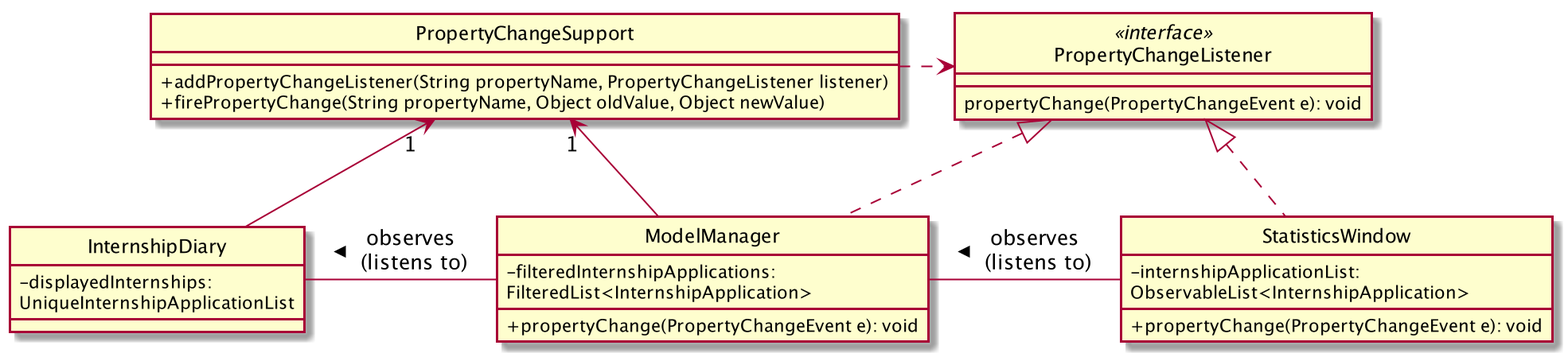
The PlantUML diagram images/InternshipDiaryAndModelManagerPropertyChangeClassDiagram.png in AY1920S2-CS2103T-F10-2/main, before a commit.
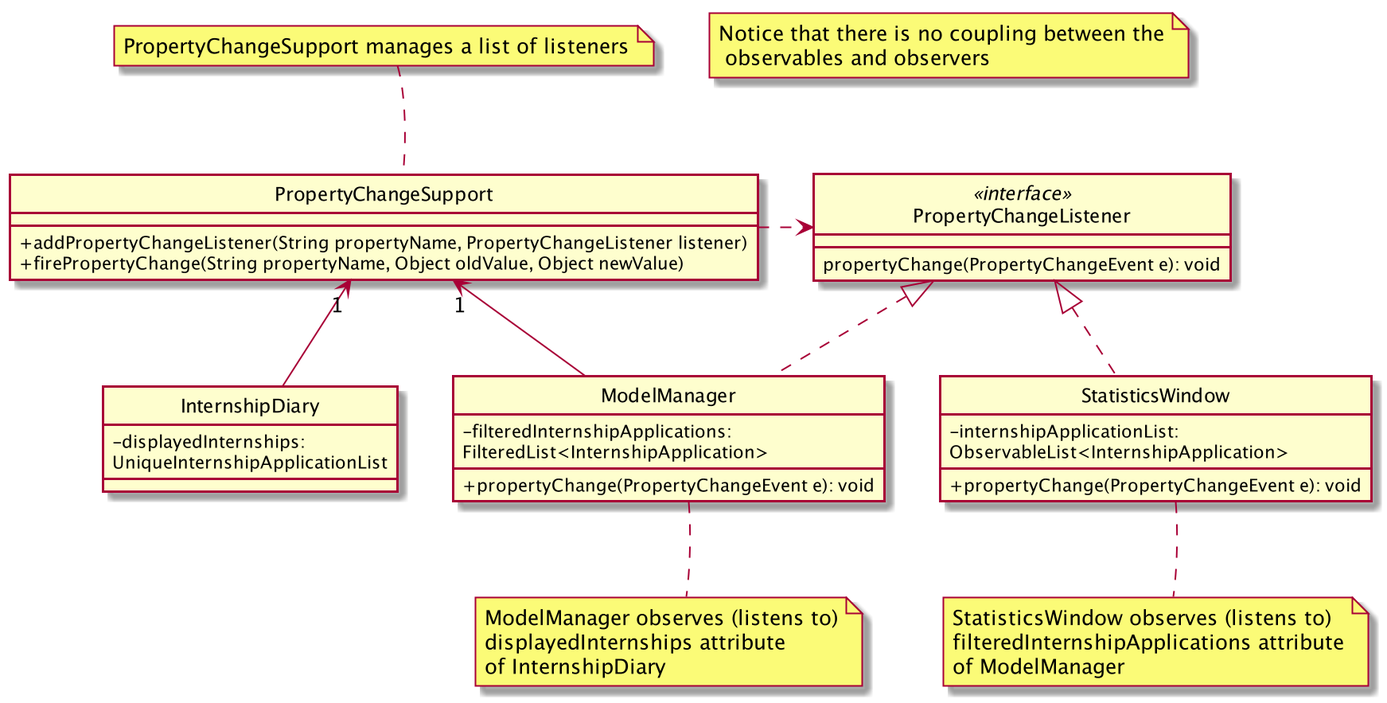
The same diagram one commit later.

Change to the diagram source:
```diff
@@ -2,6 +2,21 @@
 
 hide circle
 skinparam classAttributeIconSize 0
+
+
+note "PropertyChangeSupport manages a list of listeners" as manageListeners
+PropertyChangeSupport .up[hidden]. manageListeners
+PropertyChangeSupport .up. manageListeners
+
+note "ModelManager observes (listens to)\ndisplayedInternships attribute\nof InternshipDiary" as modelManagerObserves
+modelManagerObserves .up[hidden]. ModelManager
+modelManagerObserves .up. ModelManager
+
+note "StatisticsWindow observes (listens to)\nfilteredInternshipApplications attribute\nof ModelManager" as statisticsWindowObserves
+statisticsWindowObserves .up[hidden]. StatisticsWindow
+statisticsWindowObserves .up. StatisticsWindow
+
+note "Notice that there is no coupling between the\n observables and observers" as N1
 
 
 Class InternshipDiary {
@@ -33,9 +48,6 @@
 PropertyChangeSupport .right.> PropertyChangeListener
 
 
-StatisticsWindow -left- ModelManager: observes\n (listens to) >
-
-ModelManager -left- InternshipDiary: observes\n (listens to) >
 
 
 
```
